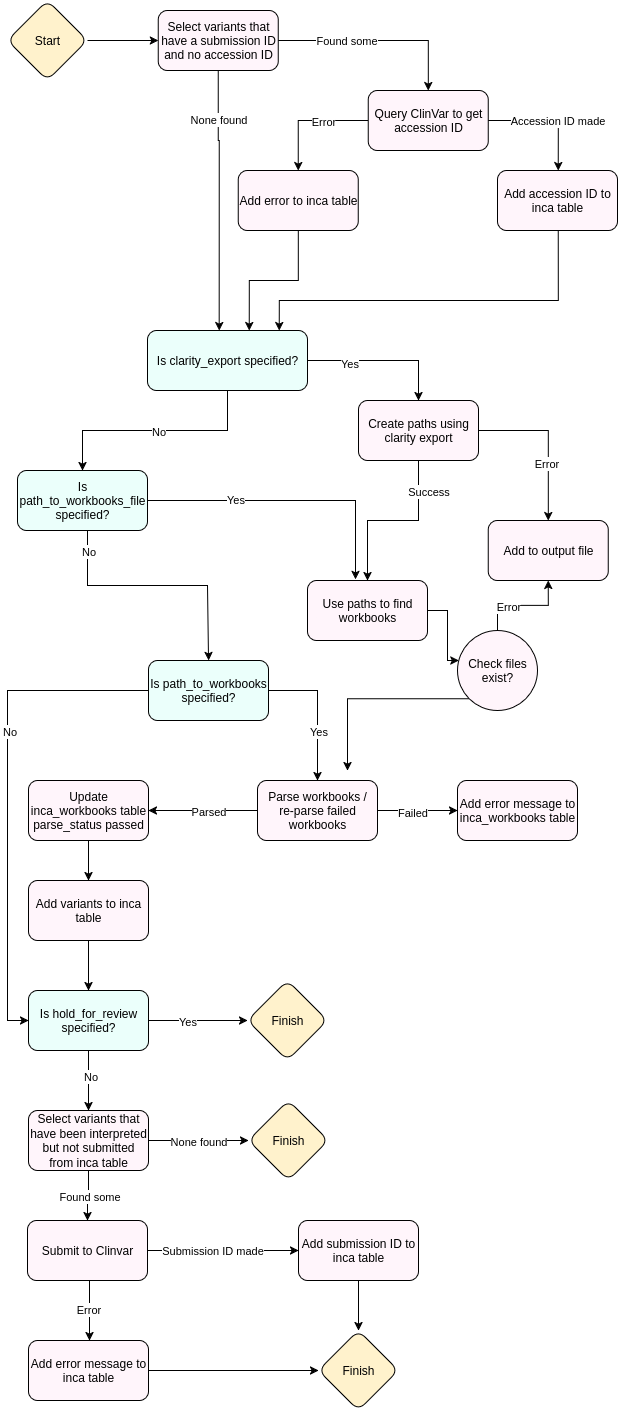
Above: clinvar_submissions_process_v1.1.0.png in eastgenomics/clinvar_submissions (draw.io), before the change. Source tidied: cells renumbered, new cells last; positions are measured from the earlier drawing's top-left corner, leaving out a move shared by most shapes.
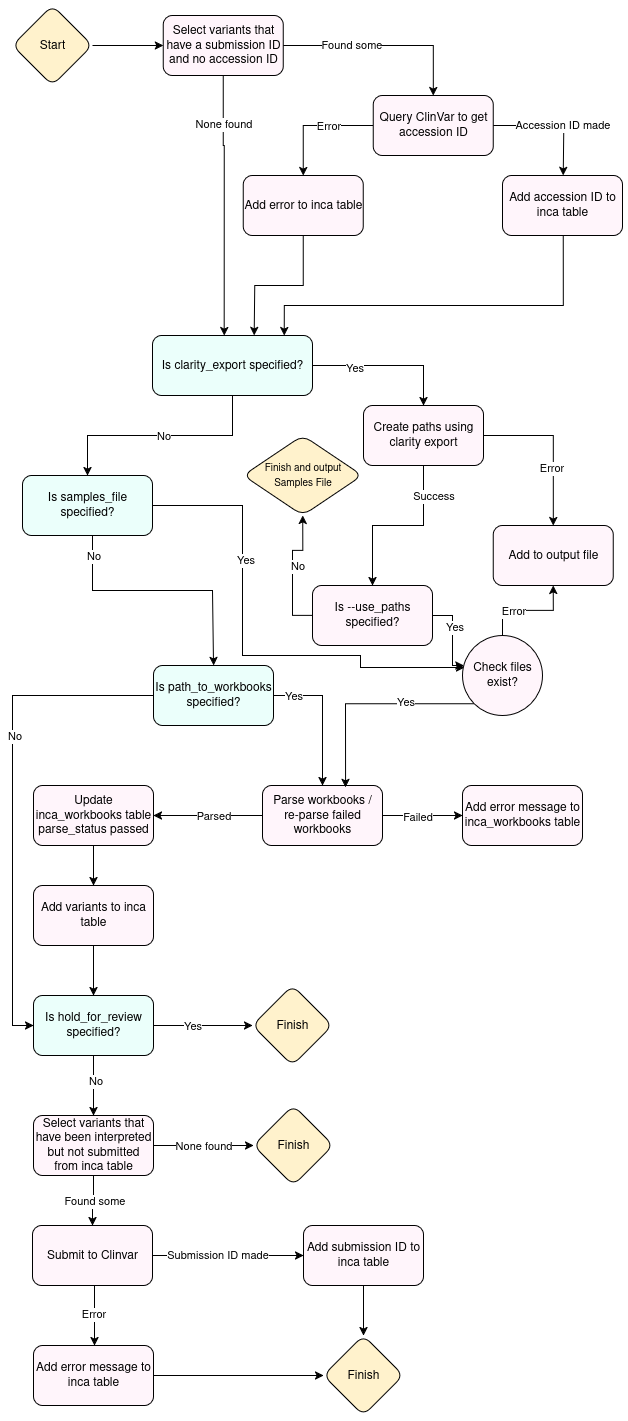
The same file after the commit.

Commit message:
Update README and flow diagram

What changed in the source:
```diff
@@ -11,7 +11,7 @@
     </mxCell>
     <mxCell id="3" value="Yes" style="edgeLabel;html=1;align=center;verticalAlign=middle;" parent="2" vertex="1">
       <mxGeometry x="-0.08" y="3" relative="1" as="geometry">
-        <mxPoint x="-3" y="25" as="offset" />
+        <mxPoint x="-33" y="-15" as="offset" />
       </mxGeometry>
     </mxCell>
     <mxCell id="4" style="edgeStyle=orthogonalEdgeStyle;rounded=0;jettySize=auto;html=1;entryX=0;entryY=0.5;entryDx=0;entryDy=0;" parent="1" edge="1" source="6" target="49">
@@ -249,7 +249,16 @@
         </Array>
       </mxGeometry>
     </mxCell>
+    <mxCell id="77" value="Yes" style="edgeLabel;html=1;align=center;verticalAlign=middle;" parent="66" vertex="1">
+      <mxGeometry x="-0.24" y="1" relative="1" as="geometry" />
+    </mxCell>
+    <mxCell id="78" style="edgeStyle=orthogonalEdgeStyle;rounded=0;jettySize=auto;html=1;exitX=0;exitY=0.5;exitDx=0;exitDy=0;entryX=0.5;entryY=1;entryDx=0;entryDy=0;" parent="1" edge="1" source="67" target="80">
+      <mxGeometry relative="1" as="geometry" />
+    </mxCell>
+    <mxCell id="79" value="No" style="edgeLabel;html=1;align=center;verticalAlign=middle;" parent="78" vertex="1">
+      <mxGeometry x="0.08" y="-4" relative="1" as="geometry" />
+    </mxCell>
-    <mxCell id="67" value="Use paths to find workbooks" style="whiteSpace=wrap;html=1;fillColor=#FFF5FB;rounded=1;" parent="1" vertex="1">
+    <mxCell id="67" value="Is --use_paths specified?" style="whiteSpace=wrap;html=1;fillColor=#FFF5FB;rounded=1;" parent="1" vertex="1">
       <mxGeometry x="300" y="580" width="120" height="60" as="geometry" />
     </mxCell>
     <mxCell id="68" style="edgeStyle=orthogonalEdgeStyle;rounded=0;jettySize=auto;html=1;entryX=0.5;entryY=0;entryDx=0;entryDy=0;" parent="1" edge="1" source="70" target="6">
@@ -265,11 +274,18 @@
         <mxPoint x="3" y="3" as="offset" />
       </mxGeometry>
     </mxCell>
-    <mxCell id="70" value="Is path_to_workbooks_file specified?" style="rounded=1;whiteSpace=wrap;html=1;fillColor=#EBFFFB;" parent="1" vertex="1">
+    <mxCell id="70" value="Is samples_file specified?" style="rounded=1;whiteSpace=wrap;html=1;fillColor=#EBFFFB;" parent="1" vertex="1">
       <mxGeometry x="10" y="470" width="130" height="60" as="geometry" />
     </mxCell>
-    <mxCell id="71" style="edgeStyle=orthogonalEdgeStyle;rounded=0;jettySize=auto;html=1;entryX=0.4;entryY=-0.017;entryDx=0;entryDy=0;entryPerimeter=0;" parent="1" edge="1" source="70" target="67">
-      <mxGeometry relative="1" as="geometry" />
+    <mxCell id="71" style="edgeStyle=orthogonalEdgeStyle;rounded=0;jettySize=auto;html=1;entryX=0.025;entryY=0.4;entryDx=0;entryDy=0;entryPerimeter=0;" parent="1" edge="1" source="70" target="76">
+      <mxGeometry relative="1" as="geometry">
+        <Array as="points">
+          <mxPoint x="230" y="500" />
+          <mxPoint x="230" y="650" />
+          <mxPoint x="348" y="650" />
+          <mxPoint x="348" y="662" />
+        </Array>
+      </mxGeometry>
     </mxCell>
     <mxCell id="72" value="Yes" style="edgeLabel;html=1;align=center;verticalAlign=middle;" parent="71" vertex="1">
       <mxGeometry x="-0.39" y="2" relative="1" as="geometry" />
@@ -282,13 +298,19 @@
         <mxPoint x="-1" as="offset" />
       </mxGeometry>
     </mxCell>
-    <mxCell id="75" style="edgeStyle=orthogonalEdgeStyle;rounded=0;jettySize=auto;html=1;exitX=0;exitY=1;exitDx=0;exitDy=0;" parent="1" edge="1" source="76">
-      <mxGeometry relative="1" as="geometry">
-        <mxPoint x="340" y="770" as="targetPoint" />
-      </mxGeometry>
+    <mxCell id="75" style="edgeStyle=orthogonalEdgeStyle;rounded=0;jettySize=auto;html=1;exitX=0;exitY=1;exitDx=0;exitDy=0;entryX=0.692;entryY=0.033;entryDx=0;entryDy=0;entryPerimeter=0;" parent="1" edge="1" source="76" target="13">
+      <mxGeometry relative="1" as="geometry" />
     </mxCell>
     <mxCell id="76" value="Check files exist?" style="ellipse;whiteSpace=wrap;html=1;fillColor=#FFF5FB;rounded=1;" parent="1" vertex="1">
       <mxGeometry x="450" y="630" width="80" height="80" as="geometry" />
     </mxCell>
+    <mxCell id="80" value="&lt;font style=&quot;font-size: 10px;&quot;&gt;Finish and output&lt;/font&gt;&lt;div&gt;&lt;font style=&quot;font-size: 10px;&quot;&gt;Samples File&lt;/font&gt;&lt;/div&gt;" style="rhombus;whiteSpace=wrap;html=1;rounded=1;fillColor=#FFF2CC;" parent="1" vertex="1">
+      <mxGeometry x="230.8" y="430" width="119" height="80" as="geometry" />
+    </mxCell>
+    <mxCell id="81" value="Yes" style="edgeLabel;html=1;align=center;verticalAlign=middle;" parent="1" vertex="1">
+      <mxGeometry x="360" y="690" as="geometry">
+        <mxPoint x="32" y="6" as="offset" />
+      </mxGeometry>
+    </mxCell>
   </root>
 </mxGraphModel>
```
